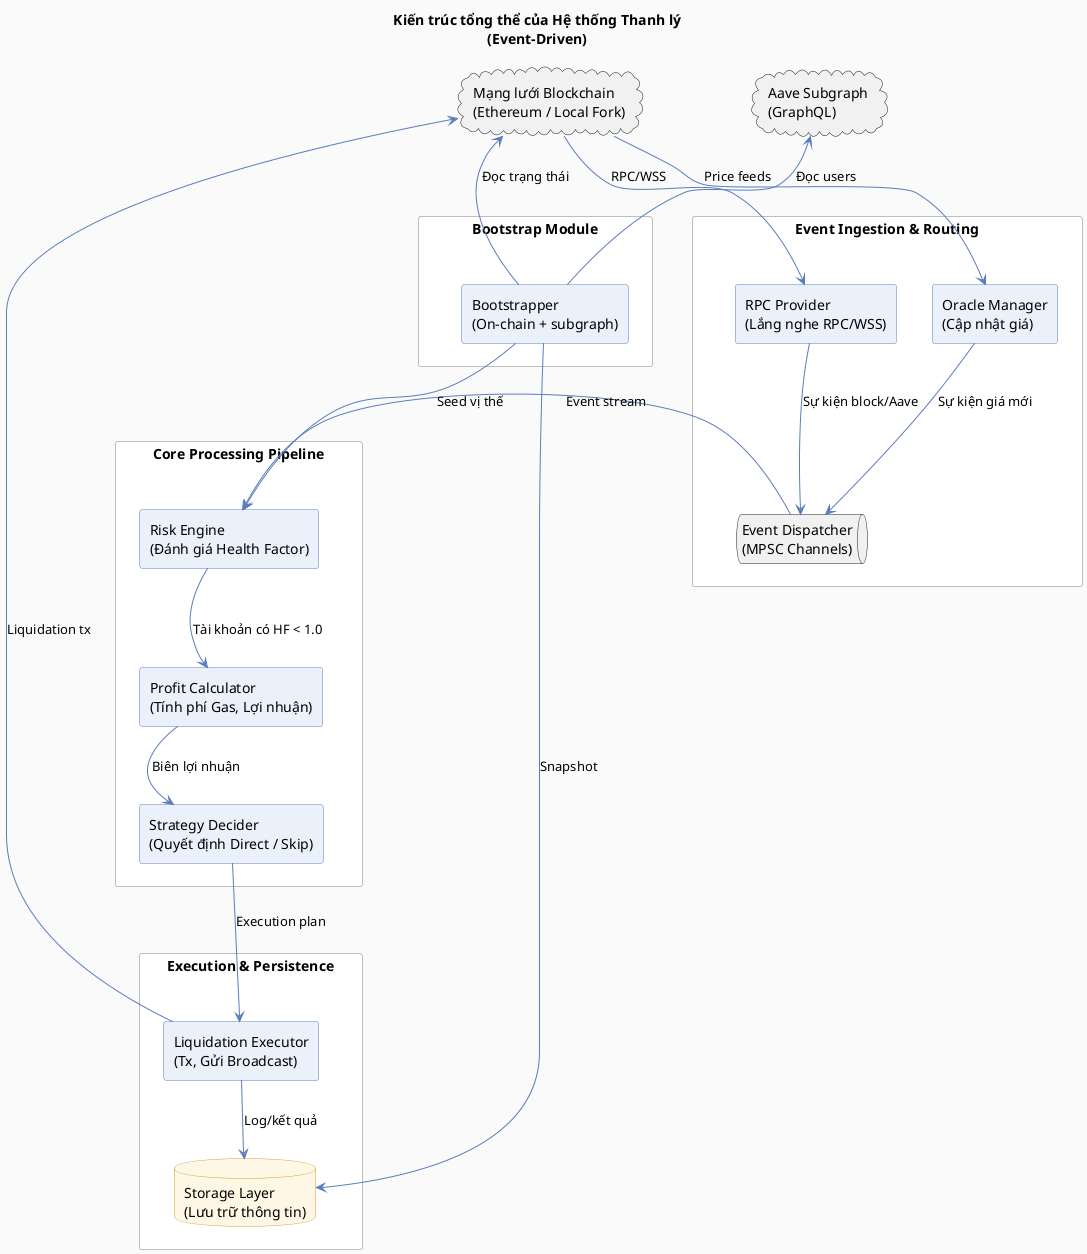
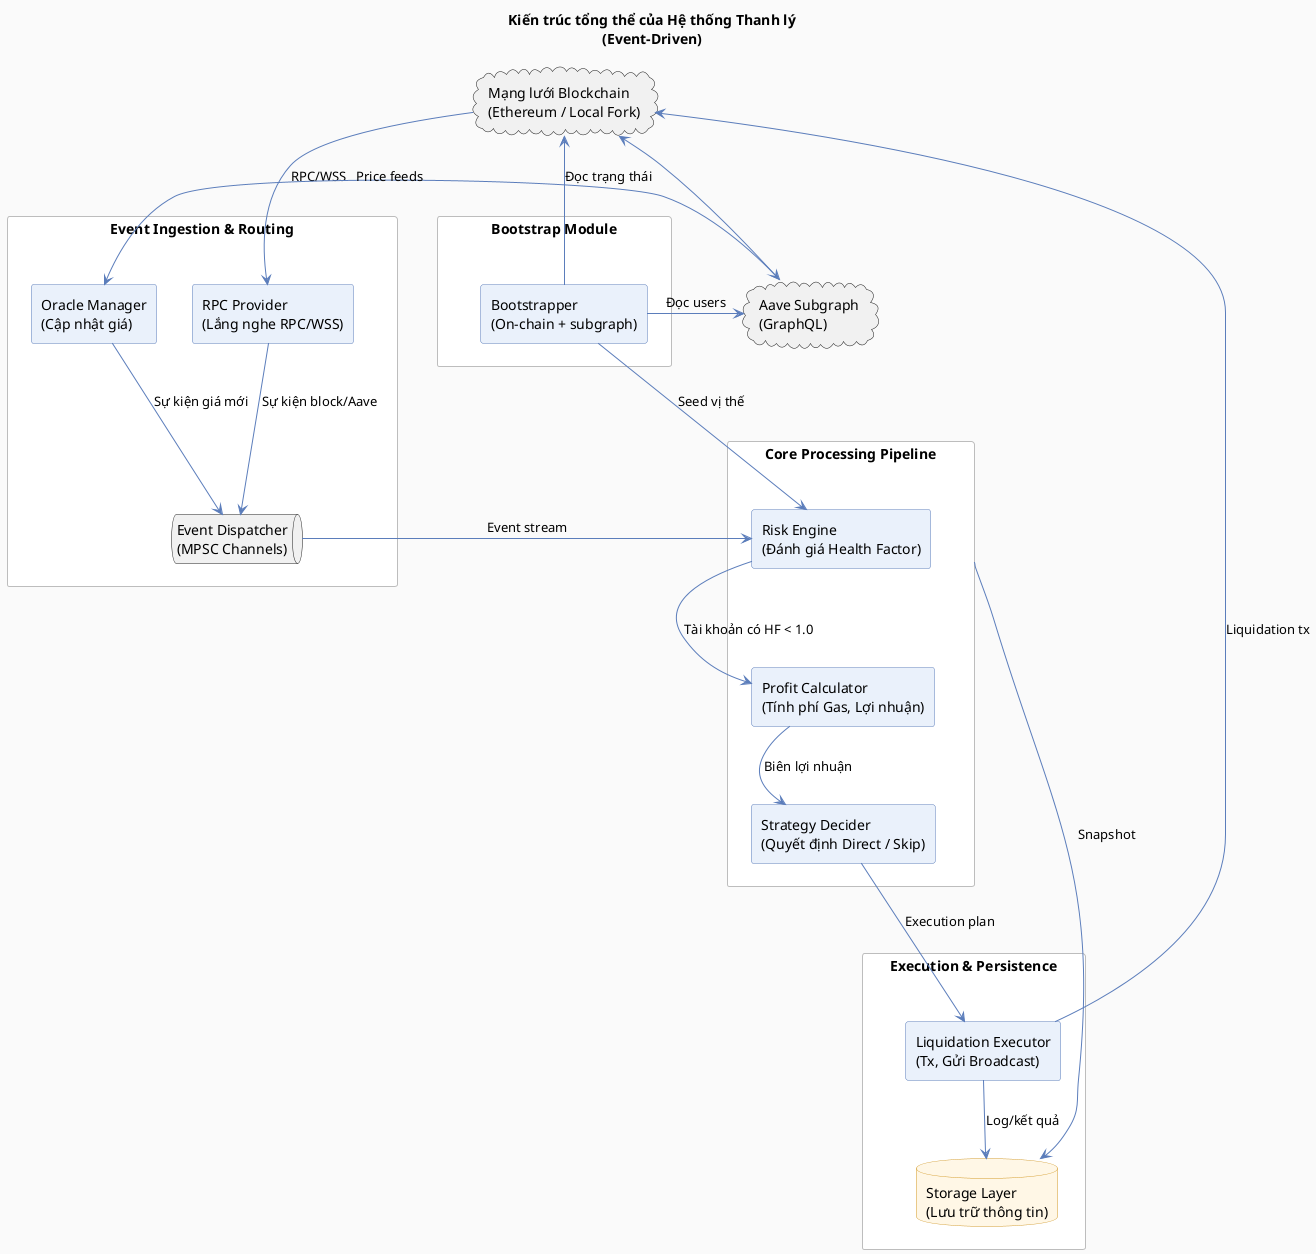
@startuml System Overview - Architecture Diagram

skinparam backgroundColor #FAFAFA
skinparam shadowing false
skinparam componentStyle rectangle
skinparam packageStyle rectangle
skinparam component {
    BackgroundColor #EAF1FB
    BorderColor #5B7DBB
    ArrowColor #5B7DBB
}
skinparam package {
    BackgroundColor #FFFFFF
    BorderColor #BDBDBD
}
skinparam database {
    BackgroundColor #FFF7E6
    BorderColor #D39B2A
}

title <b>Kiến trúc tổng thể của Hệ thống Thanh lý</b>\n(Event-Driven)

top to bottom direction

cloud "Mạng lưới Blockchain\n(Ethereum / Local Fork)" as Chain
cloud "Aave Subgraph\n(GraphQL)" as Subgraph

together {
    package "Bootstrap Module" as BootPkg {
        component "Bootstrapper\n(On-chain + subgraph)" as Boot
    }

    package "Event Ingestion & Routing" as Ingest {
        component "RPC Provider\n(Lắng nghe RPC/WSS)" as Rpc
        component "Oracle Manager\n(Cập nhật giá)" as OracleMgr
        queue "Event Dispatcher\n(MPSC Channels)" as Dispatcher
    }
}

together {
    package "Core Processing Pipeline" as Core {
        component "Risk Engine\n(Đánh giá Health Factor)" as Risk
        component "Profit Calculator\n(Tính phí Gas, Lợi nhuận)" as Profit
        component "Strategy Decider\n(Quyết định Direct / Skip)" as Strategy
    }

    package "Execution & Persistence" as ExecPkg {
        component "Liquidation Executor\n(Tx, Gửi Broadcast)" as Exec
        database "Storage Layer\n(Lưu trữ thông tin)" as Store
    }
}

- Chain -[hidden]right-> Subgraph
+ Chain <--> Subgraph
Chain -[hidden]down-> BootPkg
Subgraph -[hidden]down-> Ingest
BootPkg -[hidden]right-> Ingest
BootPkg -[hidden]down-> Core
Ingest -[hidden]down-> ExecPkg
Core -[hidden]right-> ExecPkg

Chain --> Rpc : RPC/WSS
- Chain --> OracleMgr : Price feeds
+ Subgraph --> OracleMgr : Price feeds
Rpc --> Dispatcher : Sự kiện block/Aave
OracleMgr --> Dispatcher : Sự kiện giá mới

Dispatcher --> Risk : Event stream
Risk --> Profit : Tài khoản có HF < 1.0
Profit --> Strategy : Biên lợi nhuận
Strategy --> Exec : Execution plan

Exec --> Chain : Liquidation tx
Exec --> Store : Log/kết quả
+ Core --> Store : Snapshot

Boot --> Chain : Đọc trạng thái
Boot --> Subgraph : Đọc users
Boot --> Risk : Seed vị thế
- Boot --> Store : Snapshot

@enduml
